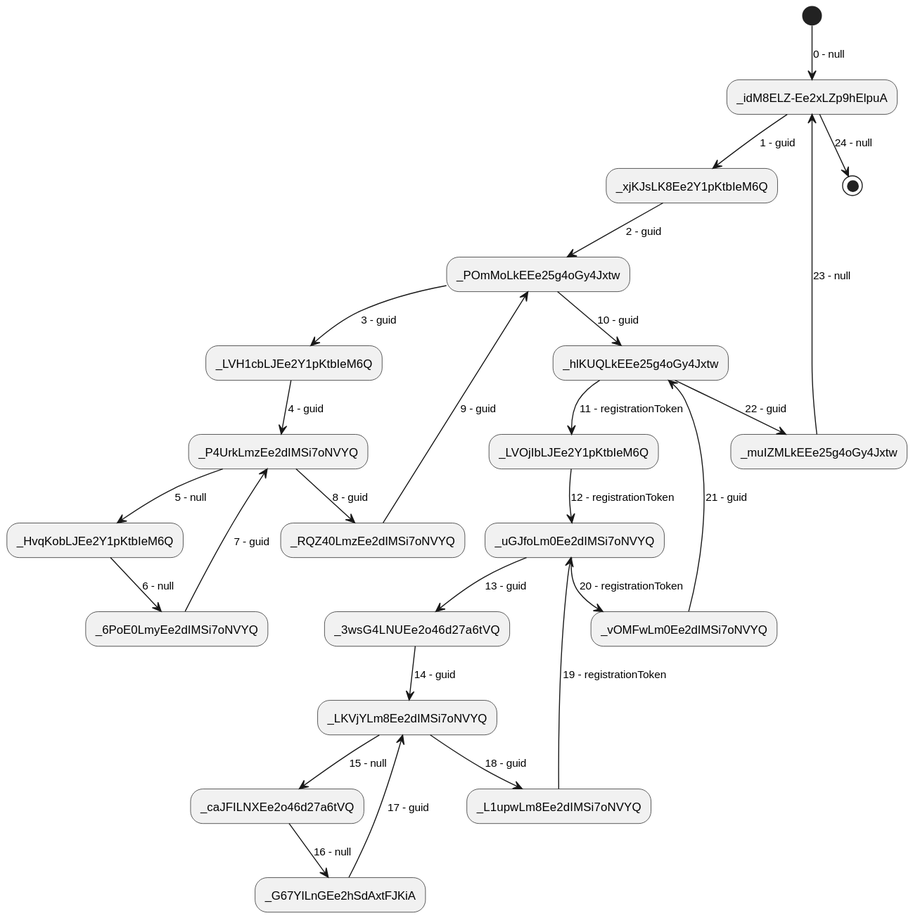
Above: output/action-sequence_13.svg in abunai-dev/DiagramGenerator (PlantUML), before the change. Source of this version:
```plantuml
@startuml
(*) --> [0 - null] "_idM8ELZ-Ee2xLZp9hElpuA"
"_idM8ELZ-Ee2xLZp9hElpuA" --> [1 - guid] "_xjKJsLK8Ee2Y1pKtbIeM6Q"
"_xjKJsLK8Ee2Y1pKtbIeM6Q" --> [2 - guid] "_POmMoLkEEe25g4oGy4Jxtw"
"_POmMoLkEEe25g4oGy4Jxtw" --> [3 - guid] "_LVH1cbLJEe2Y1pKtbIeM6Q"
"_LVH1cbLJEe2Y1pKtbIeM6Q" --> [4 - guid] "_P4UrkLmzEe2dIMSi7oNVYQ"
"_P4UrkLmzEe2dIMSi7oNVYQ" --> [5 - null] "_HvqKobLJEe2Y1pKtbIeM6Q"
"_HvqKobLJEe2Y1pKtbIeM6Q" --> [6 - null] "_6PoE0LmyEe2dIMSi7oNVYQ"
"_6PoE0LmyEe2dIMSi7oNVYQ" --> [7 - guid] "_P4UrkLmzEe2dIMSi7oNVYQ"
"_P4UrkLmzEe2dIMSi7oNVYQ" --> [8 - guid] "_RQZ40LmzEe2dIMSi7oNVYQ"
"_RQZ40LmzEe2dIMSi7oNVYQ" --> [9 - guid] "_POmMoLkEEe25g4oGy4Jxtw"
"_POmMoLkEEe25g4oGy4Jxtw" --> [10 - guid] "_hlKUQLkEEe25g4oGy4Jxtw"
"_hlKUQLkEEe25g4oGy4Jxtw" --> [11 - registrationToken] "_LVOjIbLJEe2Y1pKtbIeM6Q"
"_LVOjIbLJEe2Y1pKtbIeM6Q" --> [12 - registrationToken] "_uGJfoLm0Ee2dIMSi7oNVYQ"
"_uGJfoLm0Ee2dIMSi7oNVYQ" --> [13 - guid] "_3wsG4LNUEe2o46d27a6tVQ"
"_3wsG4LNUEe2o46d27a6tVQ" --> [14 - guid] "_LKVjYLm8Ee2dIMSi7oNVYQ"
"_LKVjYLm8Ee2dIMSi7oNVYQ" --> [15 - null] "_caJFILNXEe2o46d27a6tVQ"
"_caJFILNXEe2o46d27a6tVQ" --> [16 - null] "_G67YILnGEe2hSdAxtFJKiA"
"_G67YILnGEe2hSdAxtFJKiA" --> [17 - guid] "_LKVjYLm8Ee2dIMSi7oNVYQ"
"_LKVjYLm8Ee2dIMSi7oNVYQ" --> [18 - guid] "_L1upwLm8Ee2dIMSi7oNVYQ"
"_L1upwLm8Ee2dIMSi7oNVYQ" --> [19 - registrationToken] "_uGJfoLm0Ee2dIMSi7oNVYQ"
"_uGJfoLm0Ee2dIMSi7oNVYQ" --> [20 - registrationToken] "_vOMFwLm0Ee2dIMSi7oNVYQ"
"_vOMFwLm0Ee2dIMSi7oNVYQ" --> [21 - guid] "_hlKUQLkEEe25g4oGy4Jxtw"
"_hlKUQLkEEe25g4oGy4Jxtw" --> [22 - guid] "_muIZMLkEEe25g4oGy4Jxtw"
"_muIZMLkEEe25g4oGy4Jxtw" --> [23 - null] "_idM8ELZ-Ee2xLZp9hElpuA"
"_idM8ELZ-Ee2xLZp9hElpuA" --> [24 - null] (*)
@enduml
```
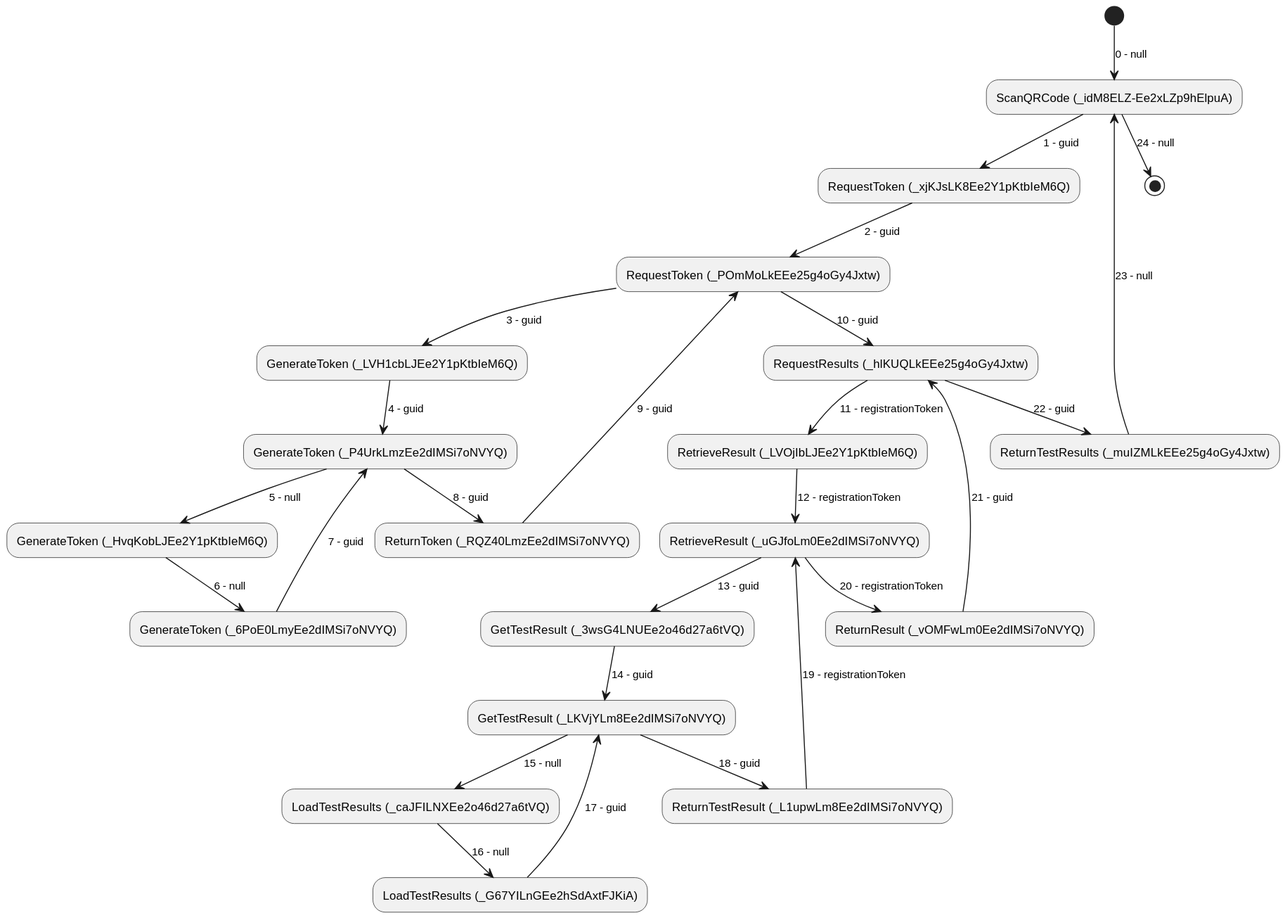
Later version of the same file.

What changed in the source:
```diff
@@ -1,27 +1,27 @@
 @startuml
-(*) --> [0 - null] "_idM8ELZ-Ee2xLZp9hElpuA"
-"_idM8ELZ-Ee2xLZp9hElpuA" --> [1 - guid] "_xjKJsLK8Ee2Y1pKtbIeM6Q"
-"_xjKJsLK8Ee2Y1pKtbIeM6Q" --> [2 - guid] "_POmMoLkEEe25g4oGy4Jxtw"
-"_POmMoLkEEe25g4oGy4Jxtw" --> [3 - guid] "_LVH1cbLJEe2Y1pKtbIeM6Q"
-"_LVH1cbLJEe2Y1pKtbIeM6Q" --> [4 - guid] "_P4UrkLmzEe2dIMSi7oNVYQ"
-"_P4UrkLmzEe2dIMSi7oNVYQ" --> [5 - null] "_HvqKobLJEe2Y1pKtbIeM6Q"
-"_HvqKobLJEe2Y1pKtbIeM6Q" --> [6 - null] "_6PoE0LmyEe2dIMSi7oNVYQ"
-"_6PoE0LmyEe2dIMSi7oNVYQ" --> [7 - guid] "_P4UrkLmzEe2dIMSi7oNVYQ"
-"_P4UrkLmzEe2dIMSi7oNVYQ" --> [8 - guid] "_RQZ40LmzEe2dIMSi7oNVYQ"
-"_RQZ40LmzEe2dIMSi7oNVYQ" --> [9 - guid] "_POmMoLkEEe25g4oGy4Jxtw"
-"_POmMoLkEEe25g4oGy4Jxtw" --> [10 - guid] "_hlKUQLkEEe25g4oGy4Jxtw"
-"_hlKUQLkEEe25g4oGy4Jxtw" --> [11 - registrationToken] "_LVOjIbLJEe2Y1pKtbIeM6Q"
-"_LVOjIbLJEe2Y1pKtbIeM6Q" --> [12 - registrationToken] "_uGJfoLm0Ee2dIMSi7oNVYQ"
-"_uGJfoLm0Ee2dIMSi7oNVYQ" --> [13 - guid] "_3wsG4LNUEe2o46d27a6tVQ"
-"_3wsG4LNUEe2o46d27a6tVQ" --> [14 - guid] "_LKVjYLm8Ee2dIMSi7oNVYQ"
-"_LKVjYLm8Ee2dIMSi7oNVYQ" --> [15 - null] "_caJFILNXEe2o46d27a6tVQ"
-"_caJFILNXEe2o46d27a6tVQ" --> [16 - null] "_G67YILnGEe2hSdAxtFJKiA"
-"_G67YILnGEe2hSdAxtFJKiA" --> [17 - guid] "_LKVjYLm8Ee2dIMSi7oNVYQ"
-"_LKVjYLm8Ee2dIMSi7oNVYQ" --> [18 - guid] "_L1upwLm8Ee2dIMSi7oNVYQ"
-"_L1upwLm8Ee2dIMSi7oNVYQ" --> [19 - registrationToken] "_uGJfoLm0Ee2dIMSi7oNVYQ"
-"_uGJfoLm0Ee2dIMSi7oNVYQ" --> [20 - registrationToken] "_vOMFwLm0Ee2dIMSi7oNVYQ"
-"_vOMFwLm0Ee2dIMSi7oNVYQ" --> [21 - guid] "_hlKUQLkEEe25g4oGy4Jxtw"
-"_hlKUQLkEEe25g4oGy4Jxtw" --> [22 - guid] "_muIZMLkEEe25g4oGy4Jxtw"
-"_muIZMLkEEe25g4oGy4Jxtw" --> [23 - null] "_idM8ELZ-Ee2xLZp9hElpuA"
-"_idM8ELZ-Ee2xLZp9hElpuA" --> [24 - null] (*)
+(*) --> [0 - null] "ScanQRCode (_idM8ELZ-Ee2xLZp9hElpuA)"
+"ScanQRCode (_idM8ELZ-Ee2xLZp9hElpuA)" --> [1 - guid] "RequestToken (_xjKJsLK8Ee2Y1pKtbIeM6Q)"
+"RequestToken (_xjKJsLK8Ee2Y1pKtbIeM6Q)" --> [2 - guid] "RequestToken (_POmMoLkEEe25g4oGy4Jxtw)"
+"RequestToken (_POmMoLkEEe25g4oGy4Jxtw)" --> [3 - guid] "GenerateToken (_LVH1cbLJEe2Y1pKtbIeM6Q)"
+"GenerateToken (_LVH1cbLJEe2Y1pKtbIeM6Q)" --> [4 - guid] "GenerateToken (_P4UrkLmzEe2dIMSi7oNVYQ)"
+"GenerateToken (_P4UrkLmzEe2dIMSi7oNVYQ)" --> [5 - null] "GenerateToken (_HvqKobLJEe2Y1pKtbIeM6Q)"
+"GenerateToken (_HvqKobLJEe2Y1pKtbIeM6Q)" --> [6 - null] "GenerateToken (_6PoE0LmyEe2dIMSi7oNVYQ)"
+"GenerateToken (_6PoE0LmyEe2dIMSi7oNVYQ)" --> [7 - guid] "GenerateToken (_P4UrkLmzEe2dIMSi7oNVYQ)"
+"GenerateToken (_P4UrkLmzEe2dIMSi7oNVYQ)" --> [8 - guid] "ReturnToken (_RQZ40LmzEe2dIMSi7oNVYQ)"
+"ReturnToken (_RQZ40LmzEe2dIMSi7oNVYQ)" --> [9 - guid] "RequestToken (_POmMoLkEEe25g4oGy4Jxtw)"
+"RequestToken (_POmMoLkEEe25g4oGy4Jxtw)" --> [10 - guid] "RequestResults (_hlKUQLkEEe25g4oGy4Jxtw)"
+"RequestResults (_hlKUQLkEEe25g4oGy4Jxtw)" --> [11 - registrationToken] "RetrieveResult (_LVOjIbLJEe2Y1pKtbIeM6Q)"
+"RetrieveResult (_LVOjIbLJEe2Y1pKtbIeM6Q)" --> [12 - registrationToken] "RetrieveResult (_uGJfoLm0Ee2dIMSi7oNVYQ)"
+"RetrieveResult (_uGJfoLm0Ee2dIMSi7oNVYQ)" --> [13 - guid] "GetTestResult (_3wsG4LNUEe2o46d27a6tVQ)"
+"GetTestResult (_3wsG4LNUEe2o46d27a6tVQ)" --> [14 - guid] "GetTestResult (_LKVjYLm8Ee2dIMSi7oNVYQ)"
+"GetTestResult (_LKVjYLm8Ee2dIMSi7oNVYQ)" --> [15 - null] "LoadTestResults (_caJFILNXEe2o46d27a6tVQ)"
+"LoadTestResults (_caJFILNXEe2o46d27a6tVQ)" --> [16 - null] "LoadTestResults (_G67YILnGEe2hSdAxtFJKiA)"
+"LoadTestResults (_G67YILnGEe2hSdAxtFJKiA)" --> [17 - guid] "GetTestResult (_LKVjYLm8Ee2dIMSi7oNVYQ)"
+"GetTestResult (_LKVjYLm8Ee2dIMSi7oNVYQ)" --> [18 - guid] "ReturnTestResult (_L1upwLm8Ee2dIMSi7oNVYQ)"
+"ReturnTestResult (_L1upwLm8Ee2dIMSi7oNVYQ)" --> [19 - registrationToken] "RetrieveResult (_uGJfoLm0Ee2dIMSi7oNVYQ)"
+"RetrieveResult (_uGJfoLm0Ee2dIMSi7oNVYQ)" --> [20 - registrationToken] "ReturnResult (_vOMFwLm0Ee2dIMSi7oNVYQ)"
+"ReturnResult (_vOMFwLm0Ee2dIMSi7oNVYQ)" --> [21 - guid] "RequestResults (_hlKUQLkEEe25g4oGy4Jxtw)"
+"RequestResults (_hlKUQLkEEe25g4oGy4Jxtw)" --> [22 - guid] "ReturnTestResults (_muIZMLkEEe25g4oGy4Jxtw)"
+"ReturnTestResults (_muIZMLkEEe25g4oGy4Jxtw)" --> [23 - null] "ScanQRCode (_idM8ELZ-Ee2xLZp9hElpuA)"
+"ScanQRCode (_idM8ELZ-Ee2xLZp9hElpuA)" --> [24 - null] (*)
 @enduml
```
